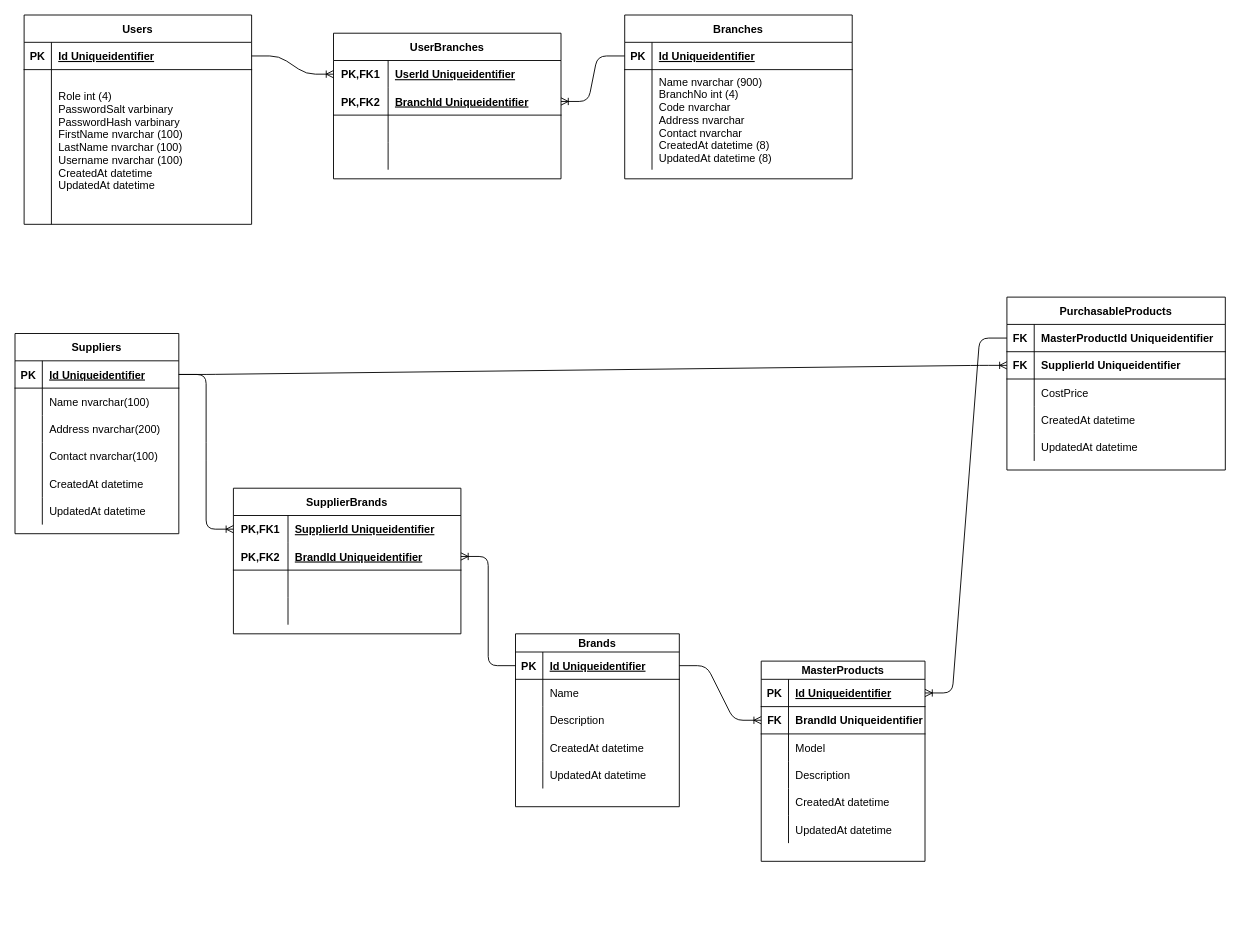
inyormanjr/CA.ERP keeps this draw.io diagram as diagrams/Database Diagram.drawio. Above is the earlier version. Source tidied: cells renumbered, new cells numbered last; positions are measured from the earlier drawing's top-left corner, leaving out a move shared by most shapes. Both pictures are drawn from the tidied source at 91%, with x=0, y=0 at pixel (15, 15).
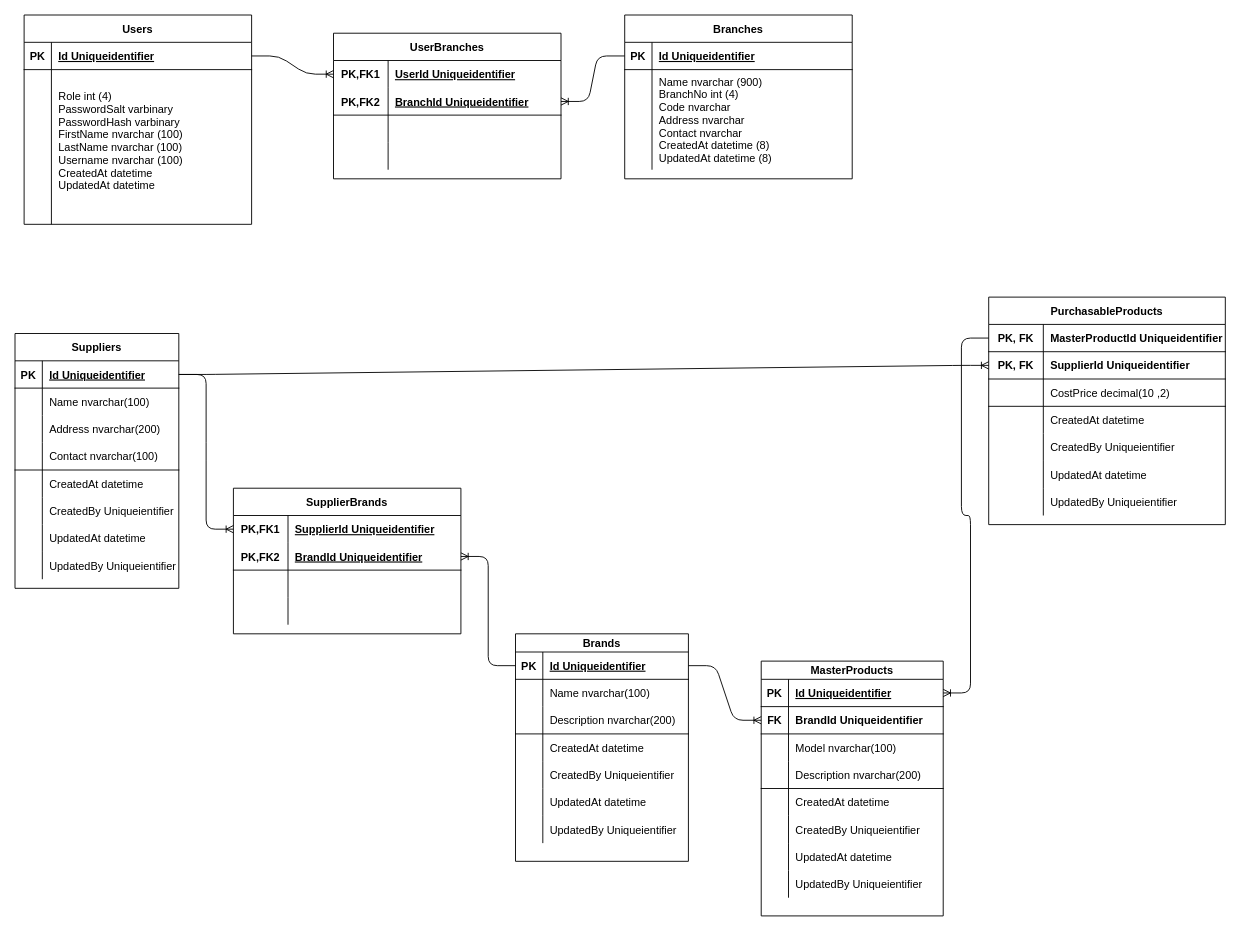
After the change.

What changed in the source:
```diff
@@
     <mxCell id="31" value="Suppliers" style="shape=table;startSize=30;childLayout=tableLayout;rowLines=0;fontStyle=1;align=center;" parent="1" vertex="1">
-      <mxGeometry y="350" width="180" height="220" as="geometry" />
+      <mxGeometry y="350" width="180" height="280" as="geometry" />
     </mxCell>
@@
+    <mxCell id="119" style="shape=partialRectangle;fillColor=none;top=1;left=0;bottom=0;right=0;" parent="31" vertex="1">
+      <mxGeometry y="150" width="180" height="30" as="geometry" />
+    </mxCell>
+    <mxCell id="120" style="shape=partialRectangle;fillColor=none;top=0;left=0;bottom=0;right=0;overflow=hidden;" parent="119" vertex="1">
+      <mxGeometry width="30" height="30" as="geometry" />
+    </mxCell>
+    <mxCell id="121" value="CreatedAt datetime" style="shape=partialRectangle;fillColor=none;top=0;left=0;bottom=0;right=0;align=left;spacingLeft=6;overflow=hidden;" parent="119" vertex="1">
+      <mxGeometry x="30" width="150" height="30" as="geometry" />
+    </mxCell>
     <mxCell id="44" style="shape=partialRectangle;fillColor=none;top=0;left=0;bottom=0;right=0;" parent="31" vertex="1">
-      <mxGeometry y="150" width="180" height="30" as="geometry" />
+      <mxGeometry y="180" width="180" height="30" as="geometry" />
     </mxCell>
@@
-    <mxCell id="46" value="CreatedAt datetime" style="shape=partialRectangle;fillColor=none;top=0;left=0;bottom=0;right=0;align=left;spacingLeft=6;overflow=hidden;" parent="44" vertex="1">
+    <mxCell id="46" value="CreatedBy Uniqueientifier" style="shape=partialRectangle;fillColor=none;top=0;left=0;bottom=0;right=0;align=left;spacingLeft=6;overflow=hidden;" parent="44" vertex="1">
       <mxGeometry x="30" width="150" height="30" as="geometry" />
     </mxCell>
     <mxCell id="47" style="shape=partialRectangle;fillColor=none;top=0;left=0;bottom=0;right=0;" parent="31" vertex="1">
-      <mxGeometry y="180" width="180" height="30" as="geometry" />
+      <mxGeometry y="210" width="180" height="30" as="geometry" />
     </mxCell>
@@
+    <mxCell id="122" style="shape=partialRectangle;fillColor=none;top=0;left=0;bottom=0;right=0;" parent="31" vertex="1">
+      <mxGeometry y="240" width="180" height="30" as="geometry" />
+    </mxCell>
+    <mxCell id="123" style="shape=partialRectangle;fillColor=none;top=0;left=0;bottom=0;right=0;overflow=hidden;" parent="122" vertex="1">
+      <mxGeometry width="30" height="30" as="geometry" />
+    </mxCell>
+    <mxCell id="124" value="UpdatedBy Uniqueientifier" style="shape=partialRectangle;fillColor=none;top=0;left=0;bottom=0;right=0;align=left;spacingLeft=6;overflow=hidden;" parent="122" vertex="1">
+      <mxGeometry x="30" width="150" height="30" as="geometry" />
+    </mxCell>
     <mxCell id="50" value="Brands" style="shape=table;startSize=20;childLayout=tableLayout;rowLines=0;fontStyle=1;align=center;" parent="1" vertex="1">
-      <mxGeometry x="550" y="680" width="180" height="190" as="geometry" />
+      <mxGeometry x="550" y="680" width="190" height="250" as="geometry" />
     </mxCell>
     <mxCell id="51" style="shape=partialRectangle;fillColor=none;top=0;left=0;bottom=1;right=0;points=[[0,0.5],[1,0.5]];portConstraint=eastwest;" parent="50" vertex="1">
-      <mxGeometry y="20" width="180" height="30" as="geometry" />
+      <mxGeometry y="20" width="190" height="30" as="geometry" />
     </mxCell>
@@
     <mxCell id="53" value="Id Uniqueidentifier" style="shape=partialRectangle;fillColor=none;top=0;left=0;bottom=0;right=0;align=left;spacingLeft=6;fontStyle=5;overflow=hidden;" parent="51" vertex="1">
-      <mxGeometry x="30" width="150" height="30" as="geometry" />
+      <mxGeometry x="30" width="160" height="30" as="geometry" />
     </mxCell>
     <mxCell id="54" style="shape=partialRectangle;fillColor=none;top=0;left=0;bottom=0;right=0;" parent="50" vertex="1">
-      <mxGeometry y="50" width="180" height="30" as="geometry" />
+      <mxGeometry y="50" width="190" height="30" as="geometry" />
     </mxCell>
@@
-    <mxCell id="56" value="Name" style="shape=partialRectangle;fillColor=none;top=0;left=0;bottom=0;right=0;align=left;spacingLeft=6;overflow=hidden;" parent="54" vertex="1">
-      <mxGeometry x="30" width="150" height="30" as="geometry" />
+    <mxCell id="56" value="Name nvarchar(100)" style="shape=partialRectangle;fillColor=none;top=0;left=0;bottom=0;right=0;align=left;spacingLeft=6;overflow=hidden;" parent="54" vertex="1">
+      <mxGeometry x="30" width="160" height="30" as="geometry" />
     </mxCell>
     <mxCell id="57" style="shape=partialRectangle;fillColor=none;top=0;left=0;bottom=0;right=0;" parent="50" vertex="1">
-      <mxGeometry y="80" width="180" height="30" as="geometry" />
+      <mxGeometry y="80" width="190" height="30" as="geometry" />
     </mxCell>
@@
-    <mxCell id="59" value="Description" style="shape=partialRectangle;fillColor=none;top=0;left=0;bottom=0;right=0;align=left;spacingLeft=6;overflow=hidden;" parent="57" vertex="1">
-      <mxGeometry x="30" width="150" height="30" as="geometry" />
+    <mxCell id="59" value="Description nvarchar(200)" style="shape=partialRectangle;fillColor=none;top=0;left=0;bottom=0;right=0;align=left;spacingLeft=6;overflow=hidden;" parent="57" vertex="1">
+      <mxGeometry x="30" width="160" height="30" as="geometry" />
     </mxCell>
-    <mxCell id="60" style="shape=partialRectangle;fillColor=none;top=0;left=0;bottom=0;right=0;" parent="50" vertex="1">
-      <mxGeometry y="110" width="180" height="30" as="geometry" />
+    <mxCell id="60" style="shape=partialRectangle;fillColor=none;top=1;left=0;bottom=0;right=0;" parent="50" vertex="1">
+      <mxGeometry y="110" width="190" height="30" as="geometry" />
     </mxCell>
@@
     <mxCell id="62" value="CreatedAt datetime" style="shape=partialRectangle;fillColor=none;top=0;left=0;bottom=0;right=0;align=left;spacingLeft=6;overflow=hidden;" parent="60" vertex="1">
-      <mxGeometry x="30" width="150" height="30" as="geometry" />
+      <mxGeometry x="30" width="160" height="30" as="geometry" />
     </mxCell>
+    <mxCell id="125" style="shape=partialRectangle;fillColor=none;top=0;left=0;bottom=0;right=0;" parent="50" vertex="1">
+      <mxGeometry y="140" width="190" height="30" as="geometry" />
+    </mxCell>
+    <mxCell id="126" style="shape=partialRectangle;fillColor=none;top=0;left=0;bottom=0;right=0;overflow=hidden;" parent="125" vertex="1">
+      <mxGeometry width="30" height="30" as="geometry" />
+    </mxCell>
+    <mxCell id="127" value="CreatedBy Uniqueientifier" style="shape=partialRectangle;fillColor=none;top=0;left=0;bottom=0;right=0;align=left;spacingLeft=6;overflow=hidden;" parent="125" vertex="1">
+      <mxGeometry x="30" width="160" height="30" as="geometry" />
+    </mxCell>
     <mxCell id="63" style="shape=partialRectangle;fillColor=none;top=0;left=0;bottom=0;right=0;" parent="50" vertex="1">
-      <mxGeometry y="140" width="180" height="30" as="geometry" />
+      <mxGeometry y="170" width="190" height="30" as="geometry" />
     </mxCell>
@@
     <mxCell id="65" value="UpdatedAt datetime" style="shape=partialRectangle;fillColor=none;top=0;left=0;bottom=0;right=0;align=left;spacingLeft=6;overflow=hidden;" parent="63" vertex="1">
-      <mxGeometry x="30" width="150" height="30" as="geometry" />
+      <mxGeometry x="30" width="160" height="30" as="geometry" />
     </mxCell>
+    <mxCell id="128" style="shape=partialRectangle;fillColor=none;top=0;left=0;bottom=0;right=0;" parent="50" vertex="1">
+      <mxGeometry y="200" width="190" height="30" as="geometry" />
+    </mxCell>
+    <mxCell id="129" style="shape=partialRectangle;fillColor=none;top=0;left=0;bottom=0;right=0;overflow=hidden;" parent="128" vertex="1">
+      <mxGeometry width="30" height="30" as="geometry" />
+    </mxCell>
+    <mxCell id="130" value="UpdatedBy Uniqueientifier" style="shape=partialRectangle;fillColor=none;top=0;left=0;bottom=0;right=0;align=left;spacingLeft=6;overflow=hidden;" parent="128" vertex="1">
+      <mxGeometry x="30" width="160" height="30" as="geometry" />
+    </mxCell>
     <mxCell id="66" value="PurchasableProducts" style="shape=table;startSize=30;childLayout=tableLayout;rowLines=0;fontStyle=1;align=center;" parent="1" vertex="1">
-      <mxGeometry x="1090" y="310" width="240" height="190" as="geometry" />
+      <mxGeometry x="1070" y="310" width="260" height="250" as="geometry" />
     </mxCell>
     <mxCell id="67" style="shape=partialRectangle;fillColor=none;top=0;left=0;bottom=1;right=0;points=[[0,0.5],[1,0.5]];portConstraint=eastwest;" parent="66" vertex="1">
-      <mxGeometry y="30" width="240" height="30" as="geometry" />
+      <mxGeometry y="30" width="260" height="30" as="geometry" />
     </mxCell>
-    <mxCell id="68" value="FK" style="shape=partialRectangle;fillColor=none;top=0;left=0;bottom=0;right=0;overflow=hidden;fontStyle=1;" parent="67" vertex="1">
-      <mxGeometry width="30" height="30" as="geometry" />
+    <mxCell id="68" value="PK, FK" style="shape=partialRectangle;fillColor=none;top=0;left=0;bottom=0;right=0;overflow=hidden;fontStyle=1;" parent="67" vertex="1">
+      <mxGeometry width="60" height="30" as="geometry" />
     </mxCell>
     <mxCell id="69" value="MasterProductId Uniqueidentifier" style="shape=partialRectangle;fillColor=none;top=0;left=0;bottom=0;right=0;align=left;spacingLeft=6;overflow=hidden;fontStyle=1;" parent="67" vertex="1">
-      <mxGeometry x="30" width="210" height="30" as="geometry" />
+      <mxGeometry x="60" width="200" height="30" as="geometry" />
     </mxCell>
     <mxCell id="70" style="shape=partialRectangle;fillColor=none;top=0;left=0;bottom=1;right=0;points=[[0,0.5],[1,0.5]];portConstraint=eastwest;" parent="66" vertex="1">
-      <mxGeometry y="60" width="240" height="30" as="geometry" />
+      <mxGeometry y="60" width="260" height="30" as="geometry" />
     </mxCell>
-    <mxCell id="71" value="FK" style="shape=partialRectangle;fillColor=none;top=0;left=0;bottom=0;right=0;overflow=hidden;fontStyle=1;" parent="70" vertex="1">
-      <mxGeometry width="30" height="30" as="geometry" />
+    <mxCell id="71" value="PK, FK" style="shape=partialRectangle;fillColor=none;top=0;left=0;bottom=0;right=0;overflow=hidden;fontStyle=1;" parent="70" vertex="1">
+      <mxGeometry width="60" height="30" as="geometry" />
     </mxCell>
     <mxCell id="72" value="SupplierId Uniqueidentifier" style="shape=partialRectangle;fillColor=none;top=0;left=0;bottom=0;right=0;align=left;spacingLeft=6;overflow=hidden;fontStyle=1;" parent="70" vertex="1">
-      <mxGeometry x="30" width="210" height="30" as="geometry" />
+      <mxGeometry x="60" width="200" height="30" as="geometry" />
     </mxCell>
     <mxCell id="73" style="shape=partialRectangle;fillColor=none;top=0;left=0;bottom=0;right=0;" parent="66" vertex="1">
-      <mxGeometry y="90" width="240" height="30" as="geometry" />
+      <mxGeometry y="90" width="260" height="30" as="geometry" />
     </mxCell>
     <mxCell id="74" style="shape=partialRectangle;fillColor=none;top=0;left=0;bottom=0;right=0;overflow=hidden;" parent="73" vertex="1">
-      <mxGeometry width="30" height="30" as="geometry" />
+      <mxGeometry width="60" height="30" as="geometry" />
     </mxCell>
-    <mxCell id="75" value="CostPrice" style="shape=partialRectangle;fillColor=none;top=0;left=0;bottom=0;right=0;align=left;spacingLeft=6;overflow=hidden;" parent="73" vertex="1">
-      <mxGeometry x="30" width="210" height="30" as="geometry" />
+    <mxCell id="75" value="CostPrice decimal(10 ,2)" style="shape=partialRectangle;fillColor=none;top=0;left=0;bottom=0;right=0;align=left;spacingLeft=6;overflow=hidden;" parent="73" vertex="1">
+      <mxGeometry x="60" width="200" height="30" as="geometry" />
     </mxCell>
-    <mxCell id="76" style="shape=partialRectangle;fillColor=none;top=0;left=0;bottom=0;right=0;" parent="66" vertex="1">
-      <mxGeometry y="120" width="240" height="30" as="geometry" />
+    <mxCell id="76" style="shape=partialRectangle;fillColor=none;top=1;left=0;bottom=0;right=0;" parent="66" vertex="1">
+      <mxGeometry y="120" width="260" height="30" as="geometry" />
     </mxCell>
     <mxCell id="77" style="shape=partialRectangle;fillColor=none;top=0;left=0;bottom=0;right=0;overflow=hidden;" parent="76" vertex="1">
-      <mxGeometry width="30" height="30" as="geometry" />
+      <mxGeometry width="60" height="30" as="geometry" />
     </mxCell>
     <mxCell id="78" value="CreatedAt datetime" style="shape=partialRectangle;fillColor=none;top=0;left=0;bottom=0;right=0;align=left;spacingLeft=6;overflow=hidden;" parent="76" vertex="1">
-      <mxGeometry x="30" width="210" height="30" as="geometry" />
+      <mxGeometry x="60" width="200" height="30" as="geometry" />
     </mxCell>
+    <mxCell id="131" style="shape=partialRectangle;fillColor=none;top=0;left=0;bottom=0;right=0;" parent="66" vertex="1">
+      <mxGeometry y="150" width="260" height="30" as="geometry" />
+    </mxCell>
+    <mxCell id="132" style="shape=partialRectangle;fillColor=none;top=0;left=0;bottom=0;right=0;overflow=hidden;" parent="131" vertex="1">
+      <mxGeometry width="60" height="30" as="geometry" />
+    </mxCell>
+    <mxCell id="133" value="CreatedBy Uniqueientifier" style="shape=partialRectangle;fillColor=none;top=0;left=0;bottom=0;right=0;align=left;spacingLeft=6;overflow=hidden;" parent="131" vertex="1">
+      <mxGeometry x="60" width="200" height="30" as="geometry" />
+    </mxCell>
     <mxCell id="79" style="shape=partialRectangle;fillColor=none;top=0;left=0;bottom=0;right=0;" parent="66" vertex="1">
-      <mxGeometry y="150" width="240" height="30" as="geometry" />
+      <mxGeometry y="180" width="260" height="30" as="geometry" />
     </mxCell>
     <mxCell id="80" style="shape=partialRectangle;fillColor=none;top=0;left=0;bottom=0;right=0;overflow=hidden;" parent="79" vertex="1">
-      <mxGeometry width="30" height="30" as="geometry" />
+      <mxGeometry width="60" height="30" as="geometry" />
     </mxCell>
     <mxCell id="81" value="UpdatedAt datetime" style="shape=partialRectangle;fillColor=none;top=0;left=0;bottom=0;right=0;align=left;spacingLeft=6;overflow=hidden;" parent="79" vertex="1">
-      <mxGeometry x="30" width="210" height="30" as="geometry" />
+      <mxGeometry x="60" width="200" height="30" as="geometry" />
     </mxCell>
+    <mxCell id="134" style="shape=partialRectangle;fillColor=none;top=0;left=0;bottom=0;right=0;" parent="66" vertex="1">
+      <mxGeometry y="210" width="260" height="30" as="geometry" />
+    </mxCell>
+    <mxCell id="135" style="shape=partialRectangle;fillColor=none;top=0;left=0;bottom=0;right=0;overflow=hidden;" parent="134" vertex="1">
+      <mxGeometry width="60" height="30" as="geometry" />
+    </mxCell>
+    <mxCell id="136" value="UpdatedBy Uniqueientifier" style="shape=partialRectangle;fillColor=none;top=0;left=0;bottom=0;right=0;align=left;spacingLeft=6;overflow=hidden;" parent="134" vertex="1">
+      <mxGeometry x="60" width="200" height="30" as="geometry" />
+    </mxCell>
@@
     <mxCell id="98" value="MasterProducts" style="shape=table;startSize=20;childLayout=tableLayout;rowLines=0;fontStyle=1;align=center;" parent="1" vertex="1">
-      <mxGeometry x="820" y="710" width="180" height="220" as="geometry" />
+      <mxGeometry x="820" y="710" width="200" height="280" as="geometry" />
     </mxCell>
     <mxCell id="99" style="shape=partialRectangle;fillColor=none;top=0;left=0;bottom=1;right=0;points=[[0,0.5],[1,0.5]];portConstraint=eastwest;" parent="98" vertex="1">
-      <mxGeometry y="20" width="180" height="30" as="geometry" />
+      <mxGeometry y="20" width="200" height="30" as="geometry" />
     </mxCell>
@@
     <mxCell id="101" value="Id Uniqueidentifier" style="shape=partialRectangle;fillColor=none;top=0;left=0;bottom=0;right=0;align=left;spacingLeft=6;fontStyle=5;overflow=hidden;" parent="99" vertex="1">
-      <mxGeometry x="30" width="150" height="30" as="geometry" />
+      <mxGeometry x="30" width="170" height="30" as="geometry" />
     </mxCell>
     <mxCell id="102" style="shape=partialRectangle;fillColor=none;top=0;left=0;bottom=1;right=0;points=[[0,0.5],[1,0.5]];portConstraint=eastwest;fontStyle=1;" parent="98" vertex="1">
-      <mxGeometry y="50" width="180" height="30" as="geometry" />
+      <mxGeometry y="50" width="200" height="30" as="geometry" />
     </mxCell>
@@
     <mxCell id="104" value="BrandId Uniqueidentifier" style="shape=partialRectangle;fillColor=none;top=0;left=0;bottom=0;right=0;align=left;spacingLeft=6;overflow=hidden;fontStyle=1;" parent="102" vertex="1">
-      <mxGeometry x="30" width="150" height="30" as="geometry" />
+      <mxGeometry x="30" width="170" height="30" as="geometry" />
     </mxCell>
     <mxCell id="105" style="shape=partialRectangle;fillColor=none;top=0;left=0;bottom=0;right=0;" parent="98" vertex="1">
-      <mxGeometry y="80" width="180" height="30" as="geometry" />
+      <mxGeometry y="80" width="200" height="30" as="geometry" />
     </mxCell>
@@
-    <mxCell id="107" value="Model" style="shape=partialRectangle;fillColor=none;top=0;left=0;bottom=0;right=0;align=left;spacingLeft=6;overflow=hidden;" parent="105" vertex="1">
-      <mxGeometry x="30" width="150" height="30" as="geometry" />
+    <mxCell id="107" value="Model nvarchar(100)" style="shape=partialRectangle;fillColor=none;top=0;left=0;bottom=0;right=0;align=left;spacingLeft=6;overflow=hidden;" parent="105" vertex="1">
+      <mxGeometry x="30" width="170" height="30" as="geometry" />
     </mxCell>
     <mxCell id="108" style="shape=partialRectangle;fillColor=none;top=0;left=0;bottom=0;right=0;" parent="98" vertex="1">
-      <mxGeometry y="110" width="180" height="30" as="geometry" />
+      <mxGeometry y="110" width="200" height="30" as="geometry" />
     </mxCell>
@@
-    <mxCell id="110" value="Description" style="shape=partialRectangle;fillColor=none;top=0;left=0;bottom=0;right=0;align=left;spacingLeft=6;overflow=hidden;" parent="108" vertex="1">
-      <mxGeometry x="30" width="150" height="30" as="geometry" />
+    <mxCell id="110" value="Description nvarchar(200)" style="shape=partialRectangle;fillColor=none;top=0;left=0;bottom=0;right=0;align=left;spacingLeft=6;overflow=hidden;" parent="108" vertex="1">
+      <mxGeometry x="30" width="170" height="30" as="geometry" />
     </mxCell>
-    <mxCell id="111" style="shape=partialRectangle;fillColor=none;top=0;left=0;bottom=0;right=0;" parent="98" vertex="1">
-      <mxGeometry y="140" width="180" height="30" as="geometry" />
+    <mxCell id="111" style="shape=partialRectangle;fillColor=none;top=1;left=0;bottom=0;right=0;" parent="98" vertex="1">
+      <mxGeometry y="140" width="200" height="30" as="geometry" />
     </mxCell>
@@
     <mxCell id="113" value="CreatedAt datetime" style="shape=partialRectangle;fillColor=none;top=0;left=0;bottom=0;right=0;align=left;spacingLeft=6;overflow=hidden;" parent="111" vertex="1">
-      <mxGeometry x="30" width="150" height="30" as="geometry" />
+      <mxGeometry x="30" width="170" height="30" as="geometry" />
     </mxCell>
+    <mxCell id="137" style="shape=partialRectangle;fillColor=none;top=0;left=0;bottom=0;right=0;" parent="98" vertex="1">
+      <mxGeometry y="170" width="200" height="30" as="geometry" />
+    </mxCell>
+    <mxCell id="138" style="shape=partialRectangle;fillColor=none;top=0;left=0;bottom=0;right=0;overflow=hidden;" parent="137" vertex="1">
+      <mxGeometry width="30" height="30" as="geometry" />
+    </mxCell>
+    <mxCell id="139" value="CreatedBy Uniqueientifier" style="shape=partialRectangle;fillColor=none;top=0;left=0;bottom=0;right=0;align=left;spacingLeft=6;overflow=hidden;" parent="137" vertex="1">
+      <mxGeometry x="30" width="170" height="30" as="geometry" />
+    </mxCell>
     <mxCell id="114" style="shape=partialRectangle;fillColor=none;top=0;left=0;bottom=0;right=0;" parent="98" vertex="1">
-      <mxGeometry y="170" width="180" height="30" as="geometry" />
+      <mxGeometry y="200" width="200" height="30" as="geometry" />
     </mxCell>
@@
     <mxCell id="116" value="UpdatedAt datetime" style="shape=partialRectangle;fillColor=none;top=0;left=0;bottom=0;right=0;align=left;spacingLeft=6;overflow=hidden;" parent="114" vertex="1">
-      <mxGeometry x="30" width="150" height="30" as="geometry" />
+      <mxGeometry x="30" width="170" height="30" as="geometry" />
     </mxCell>
+    <mxCell id="140" style="shape=partialRectangle;fillColor=none;top=0;left=0;bottom=0;right=0;" parent="98" vertex="1">
+      <mxGeometry y="230" width="200" height="30" as="geometry" />
+    </mxCell>
+    <mxCell id="141" style="shape=partialRectangle;fillColor=none;top=0;left=0;bottom=0;right=0;overflow=hidden;" parent="140" vertex="1">
+      <mxGeometry width="30" height="30" as="geometry" />
+    </mxCell>
+    <mxCell id="142" value="UpdatedBy Uniqueientifier" style="shape=partialRectangle;fillColor=none;top=0;left=0;bottom=0;right=0;align=left;spacingLeft=6;overflow=hidden;" parent="140" vertex="1">
+      <mxGeometry x="30" width="170" height="30" as="geometry" />
+    </mxCell>
```
